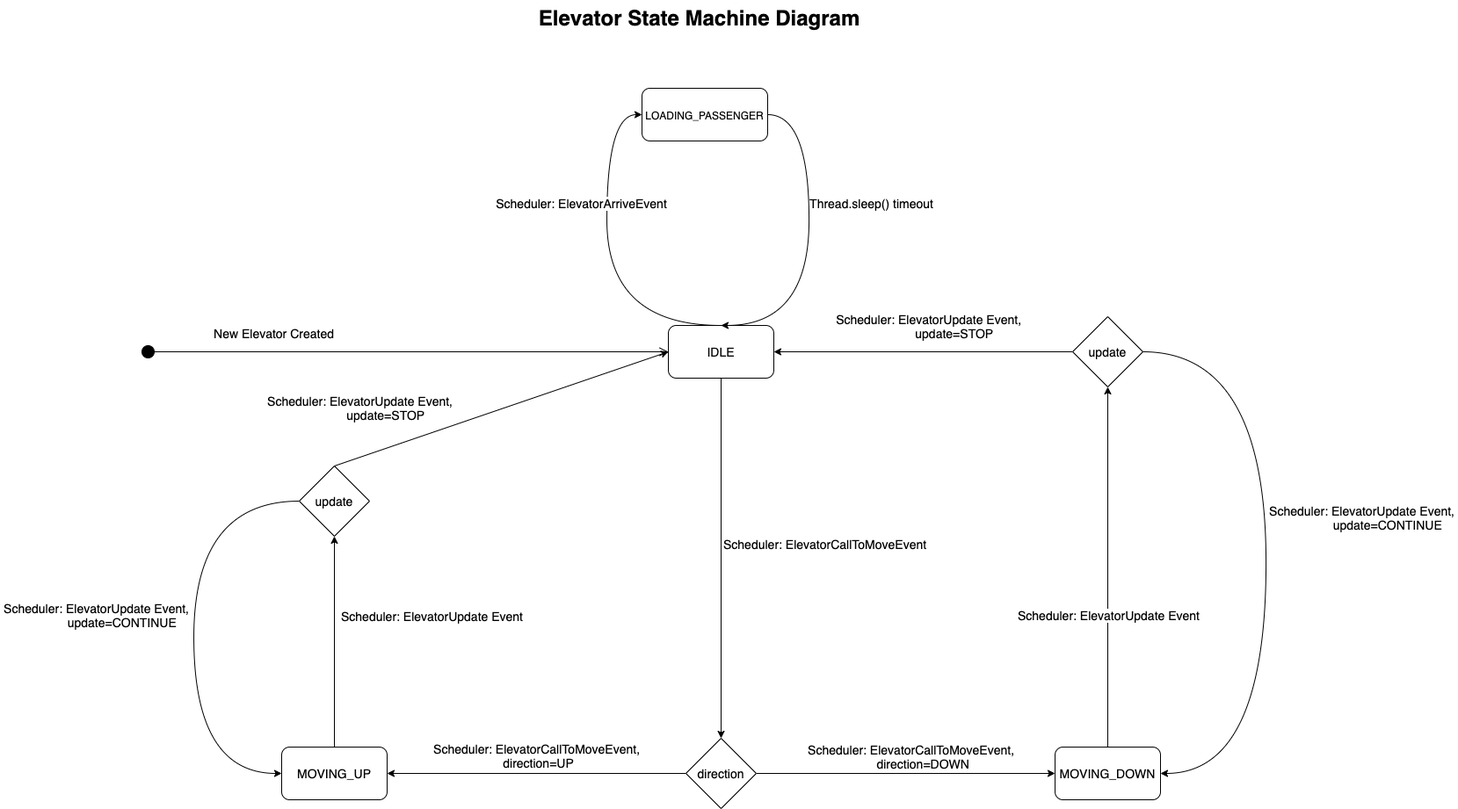
Above: state_machine_diagrams/ElevatorStateMachineDiagram.png in martindmtrv/elevator-project (draw.io), before the change. Source tidied: cells renumbered, new cells last; positions are measured from the earlier drawing's top-left corner, leaving out a move shared by most shapes.
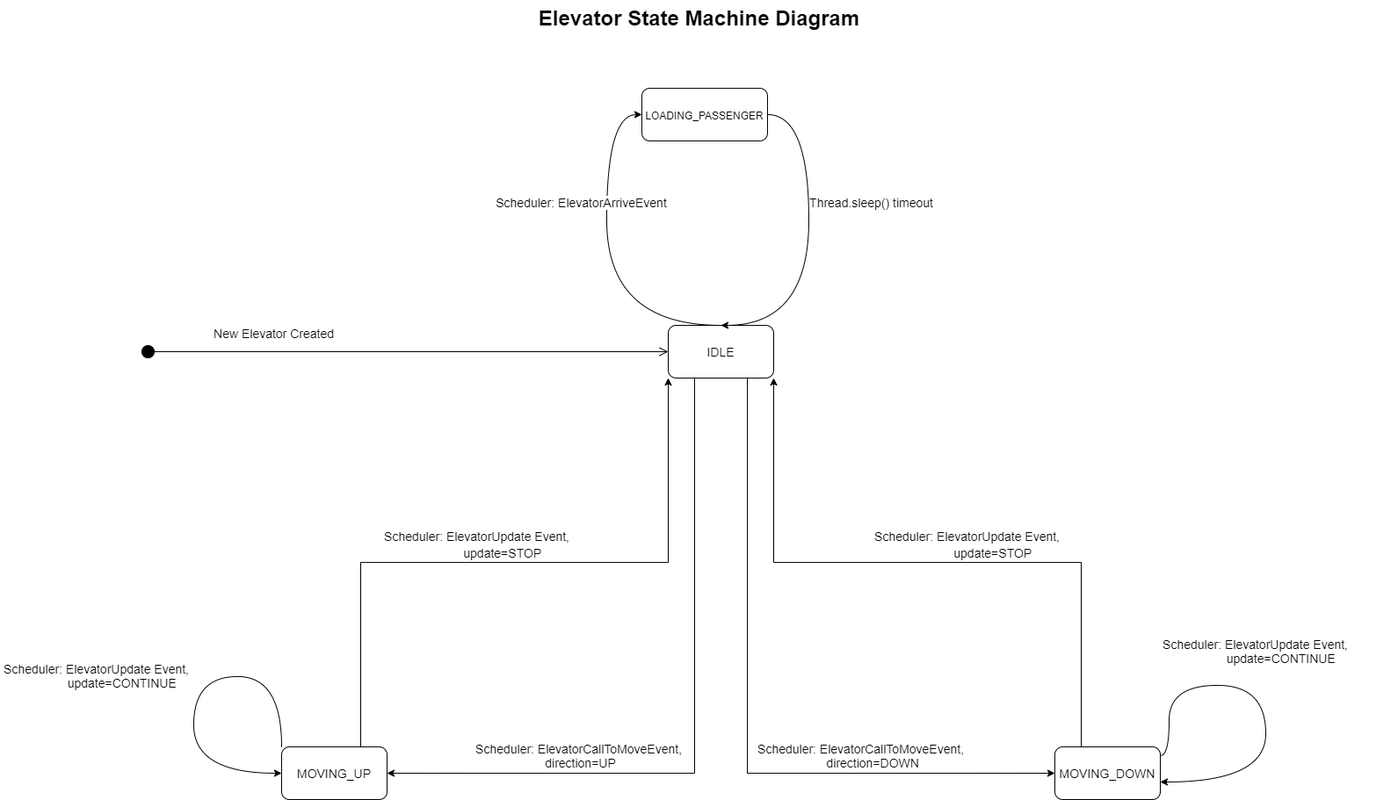
Later version of the same file.

Commit message:
Updated Elevator State Machine

Change to the diagram source:
```diff
@@ -5,9 +5,6 @@
     <mxCell id="2" value="Elevator State Machine Diagram" style="text;strokeColor=none;fillColor=none;html=1;fontSize=24;fontStyle=1;verticalAlign=middle;align=center;" parent="1" vertex="1">
       <mxGeometry width="1590" height="40" as="geometry" />
     </mxCell>
-    <mxCell id="3" value="Scheduler: ElevatorCallToMoveEvent&amp;nbsp;" style="edgeStyle=orthogonalEdgeStyle;rounded=0;jettySize=auto;html=1;exitX=0.5;exitY=1;exitDx=0;exitDy=0;fontSize=14;" parent="1" edge="1" source="6" target="20">
-      <mxGeometry x="-0.07" y="120" relative="1" as="geometry" />
-    </mxCell>
     <mxCell id="4" style="edgeStyle=orthogonalEdgeStyle;curved=1;rounded=0;jettySize=auto;html=1;exitX=0.5;exitY=0;exitDx=0;exitDy=0;entryX=0;entryY=0.5;entryDx=0;entryDy=0;fontSize=14;" parent="1" edge="1" source="6" target="23">
       <mxGeometry relative="1" as="geometry">
         <Array as="points">
@@ -24,36 +21,25 @@
     <mxCell id="6" value="IDLE" style="rounded=1;whiteSpace=wrap;html=1;fontSize=14;" parent="1" vertex="1">
       <mxGeometry x="760" y="370" width="120" height="60" as="geometry" />
     </mxCell>
-    <mxCell id="7" style="rounded=0;jettySize=auto;html=1;exitX=0.5;exitY=0;exitDx=0;exitDy=0;entryX=0.5;entryY=1;entryDx=0;entryDy=0;fontSize=14;" parent="1" edge="1" source="10" target="30">
-      <mxGeometry relative="1" as="geometry" />
-    </mxCell>
-    <mxCell id="8" value="&lt;span style=&quot;color: rgba(0 , 0 , 0 , 0) ; font-family: monospace ; font-size: 0px ; background-color: rgb(248 , 249 , 250)&quot;&gt;%3CmxGraphModel%3E%3Croot%3E%3CmxCell%20id%3D%220%22%2F%3E%3CmxCell%20id%3D%221%22%20parent%3D%220%22%2F%3E%3CmxCell%20id%3D%222%22%20value%3D%22Scheduler%3A%20ElevatorUpdate%20Event%22%20style%3D%22edgeLabel%3Bhtml%3D1%3Balign%3Dcenter%3BverticalAlign%3Dmiddle%3Bresizable%3D0%3Bpoints%3D%5B%5D%3BfontSize%3D14%3B%22%20vertex%3D%221%22%20connectable%3D%220%22%20parent%3D%221%22%3E%3CmxGeometry%20x%3D%221399%22%20y%3D%22685%22%20as%3D%22geometry%22%2F%3E%3C%2FmxCell%3E%3C%2Froot%3E%3C%2FmxGraphModel%3E&lt;/span&gt;&lt;span style=&quot;color: rgba(0 , 0 , 0 , 0) ; font-family: monospace ; font-size: 0px ; background-color: rgb(248 , 249 , 250)&quot;&gt;%3CmxGraphModel%3E%3Croot%3E%3CmxCell%20id%3D%220%22%2F%3E%3CmxCell%20id%3D%221%22%20parent%3D%220%22%2F%3E%3CmxCell%20id%3D%222%22%20value%3D%22Scheduler%3A%20ElevatorUpdate%20Event%22%20style%3D%22edgeLabel%3Bhtml%3D1%3Balign%3Dcenter%3BverticalAlign%3Dmiddle%3Bresizable%3D0%3Bpoints%3D%5B%5D%3BfontSize%3D14%3B%22%20vertex%3D%221%22%20connectable%3D%220%22%20parent%3D%221%22%3E%3CmxGeometry%20x%3D%221399%22%20y%3D%22685%22%20as%3D%22geometry%22%2F%3E%3C%2FmxCell%3E%3C%2Froot%3E%3C%2FmxGraphModel%3E&lt;/span&gt;" style="edgeLabel;html=1;align=center;verticalAlign=middle;fontSize=14;" parent="7" vertex="1">
-      <mxGeometry x="0.35" relative="1" as="geometry" />
-    </mxCell>
-    <mxCell id="9" value="Scheduler: ElevatorUpdate Event" style="edgeLabel;html=1;align=center;verticalAlign=middle;fontSize=14;" parent="7" vertex="1">
-      <mxGeometry relative="1" as="geometry">
-        <mxPoint x="110" y="-30" as="offset" />
-      </mxGeometry>
-    </mxCell>
+    <mxCell id="33" style="edgeStyle=orthogonalEdgeStyle;rounded=0;jettySize=auto;html=1;exitX=0.75;exitY=0;exitDx=0;exitDy=0;entryX=0;entryY=1;entryDx=0;entryDy=0;" parent="1" edge="1" source="10" target="6">
+      <mxGeometry relative="1" as="geometry" />
+    </mxCell>
+    <mxCell id="34" value="&lt;span style=&quot;font-size: 14px ; font-family: &amp;#34;helvetica&amp;#34;&quot;&gt;Scheduler: ElevatorUpdate Event,&amp;nbsp;&lt;/span&gt;&lt;br style=&quot;font-size: 14px ; font-family: &amp;#34;helvetica&amp;#34;&quot;&gt;&lt;span style=&quot;font-size: 14px ; font-family: &amp;#34;helvetica&amp;#34;&quot;&gt;&amp;nbsp; &amp;nbsp; &amp;nbsp; &amp;nbsp; &amp;nbsp; &amp;nbsp; &amp;nbsp; update=STOP&lt;/span&gt;" style="edgeLabel;html=1;align=center;verticalAlign=middle;" parent="33" vertex="1">
+      <mxGeometry x="-0.11" y="2" relative="1" as="geometry">
+        <mxPoint y="-18" as="offset" />
+      </mxGeometry>
+    </mxCell>
     <mxCell id="10" value="MOVING_UP" style="rounded=1;whiteSpace=wrap;html=1;fontSize=14;" parent="1" vertex="1">
       <mxGeometry x="320" y="850" width="120" height="60" as="geometry" />
     </mxCell>
-    <mxCell id="11" style="edgeStyle=orthogonalEdgeStyle;curved=1;rounded=0;jettySize=auto;html=1;exitX=0;exitY=0.5;exitDx=0;exitDy=0;entryX=1;entryY=0.5;entryDx=0;entryDy=0;fontSize=14;" parent="1" edge="1" source="26" target="6">
-      <mxGeometry relative="1" as="geometry" />
-    </mxCell>
-    <mxCell id="12" value="&lt;span style=&quot;color: rgb(0 , 0 , 0) ; font-family: &amp;#34;helvetica&amp;#34; ; font-size: 14px ; font-style: normal ; font-weight: 400 ; letter-spacing: normal ; text-align: center ; text-indent: 0px ; text-transform: none ; word-spacing: 0px ; background-color: rgb(255 , 255 , 255) ; display: inline ; float: none&quot;&gt;Scheduler: ElevatorUpdate Event,&lt;span&gt;&amp;nbsp;&lt;/span&gt;&lt;/span&gt;&lt;br style=&quot;color: rgb(0 , 0 , 0) ; font-family: &amp;#34;helvetica&amp;#34; ; font-size: 14px ; font-style: normal ; font-weight: 400 ; letter-spacing: normal ; text-align: center ; text-indent: 0px ; text-transform: none ; word-spacing: 0px&quot;&gt;&lt;span style=&quot;color: rgb(0 , 0 , 0) ; font-family: &amp;#34;helvetica&amp;#34; ; font-size: 14px ; font-style: normal ; font-weight: 400 ; letter-spacing: normal ; text-align: center ; text-indent: 0px ; text-transform: none ; word-spacing: 0px ; background-color: rgb(255 , 255 , 255) ; display: inline ; float: none&quot;&gt;&amp;nbsp; &amp;nbsp; &amp;nbsp; &amp;nbsp; &amp;nbsp; &amp;nbsp; &amp;nbsp; update=STOP&lt;/span&gt;" style="edgeLabel;html=1;align=center;verticalAlign=middle;fontSize=14;" parent="11" vertex="1">
-      <mxGeometry x="0.23" y="16" relative="1" as="geometry">
-        <mxPoint x="47" y="-46" as="offset" />
-      </mxGeometry>
-    </mxCell>
-    <mxCell id="13" style="rounded=0;jettySize=auto;html=1;exitX=0.5;exitY=0;exitDx=0;exitDy=0;entryX=0.5;entryY=1;entryDx=0;entryDy=0;fontSize=14;" parent="1" edge="1" source="15" target="26">
-      <mxGeometry relative="1" as="geometry" />
-    </mxCell>
-    <mxCell id="14" value="Scheduler: ElevatorUpdate Event" style="edgeLabel;html=1;align=center;verticalAlign=middle;fontSize=14;" parent="13" vertex="1">
-      <mxGeometry y="1" relative="1" as="geometry">
-        <mxPoint x="1" y="55" as="offset" />
-      </mxGeometry>
-    </mxCell>
+    <mxCell id="35" style="edgeStyle=orthogonalEdgeStyle;rounded=0;jettySize=auto;html=1;exitX=0.25;exitY=0;exitDx=0;exitDy=0;entryX=1;entryY=1;entryDx=0;entryDy=0;" parent="1" edge="1" source="15" target="6">
+      <mxGeometry relative="1" as="geometry" />
+    </mxCell>
+    <mxCell id="36" value="&lt;span style=&quot;font-size: 14px ; font-family: &amp;#34;helvetica&amp;#34;&quot;&gt;Scheduler: ElevatorUpdate Event,&amp;nbsp;&lt;/span&gt;&lt;br style=&quot;font-size: 14px ; font-family: &amp;#34;helvetica&amp;#34;&quot;&gt;&lt;span style=&quot;font-size: 14px ; font-family: &amp;#34;helvetica&amp;#34;&quot;&gt;&amp;nbsp; &amp;nbsp; &amp;nbsp; &amp;nbsp; &amp;nbsp; &amp;nbsp; &amp;nbsp; update=STOP&lt;/span&gt;" style="edgeLabel;html=1;align=center;verticalAlign=middle;" parent="35" vertex="1">
+      <mxGeometry x="-0.12" relative="1" as="geometry">
+        <mxPoint y="-20" as="offset" />
+      </mxGeometry>
+    </mxCell>
     <mxCell id="15" value="MOVING_DOWN" style="rounded=1;whiteSpace=wrap;html=1;fontSize=14;" parent="1" vertex="1">
       <mxGeometry x="1200" y="850" width="120" height="60" as="geometry" />
     </mxCell>
@@ -62,20 +48,17 @@
         <mxPoint x="160" y="400" as="sourcePoint" />
       </mxGeometry>
     </mxCell>
-    <mxCell id="17" value="&lt;span style=&quot;color: rgb(0 , 0 , 0) ; font-family: &amp;#34;helvetica&amp;#34; ; font-size: 14px ; font-style: normal ; font-weight: 400 ; letter-spacing: normal ; text-align: center ; text-indent: 0px ; text-transform: none ; word-spacing: 0px ; background-color: rgb(255 , 255 , 255) ; display: inline ; float: none&quot;&gt;Scheduler: ElevatorCallToMoveEvent, &lt;br&gt;direction=UP&lt;/span&gt;" style="edgeStyle=orthogonalEdgeStyle;rounded=0;jettySize=auto;html=1;exitX=0;exitY=0.5;exitDx=0;exitDy=0;entryX=1;entryY=0.5;entryDx=0;entryDy=0;fontSize=14;" parent="1" edge="1" source="20" target="10">
-      <mxGeometry x="-0.01" y="-20" relative="1" as="geometry" />
+    <mxCell id="17" value="&lt;span style=&quot;color: rgb(0 , 0 , 0) ; font-family: &amp;#34;helvetica&amp;#34; ; font-size: 14px ; font-style: normal ; font-weight: 400 ; letter-spacing: normal ; text-align: center ; text-indent: 0px ; text-transform: none ; word-spacing: 0px ; background-color: rgb(255 , 255 , 255) ; display: inline ; float: none&quot;&gt;Scheduler: ElevatorCallToMoveEvent, &lt;br&gt;direction=UP&lt;/span&gt;" style="edgeStyle=orthogonalEdgeStyle;rounded=0;jettySize=auto;html=1;exitX=0.25;exitY=1;exitDx=0;exitDy=0;entryX=1;entryY=0.5;entryDx=0;entryDy=0;fontSize=14;" parent="1" edge="1" source="6" target="10">
+      <mxGeometry x="0.45" y="-20" relative="1" as="geometry" />
     </mxCell>
-    <mxCell id="18" style="edgeStyle=orthogonalEdgeStyle;rounded=0;jettySize=auto;html=1;exitX=1;exitY=0.5;exitDx=0;exitDy=0;entryX=0;entryY=0.5;entryDx=0;entryDy=0;fontSize=14;" parent="1" edge="1" source="20" target="15">
+    <mxCell id="18" style="edgeStyle=orthogonalEdgeStyle;rounded=0;jettySize=auto;html=1;exitX=0.75;exitY=1;exitDx=0;exitDy=0;entryX=0;entryY=0.5;entryDx=0;entryDy=0;fontSize=14;" parent="1" edge="1" source="6" target="15">
       <mxGeometry relative="1" as="geometry" />
     </mxCell>
     <mxCell id="19" value="Scheduler: ElevatorCallToMoveEvent, &lt;br&gt;&amp;nbsp; &amp;nbsp; &amp;nbsp; direction=DOWN" style="edgeLabel;html=1;align=center;verticalAlign=middle;fontSize=14;" parent="18" vertex="1">
       <mxGeometry x="-0.25" y="2" relative="1" as="geometry">
-        <mxPoint x="51" y="-18" as="offset" />
+        <mxPoint x="128" y="131" as="offset" />
       </mxGeometry>
     </mxCell>
-    <mxCell id="20" value="direction" style="rhombus;whiteSpace=wrap;html=1;fontSize=14;" parent="1" vertex="1">
-      <mxGeometry x="780" y="840" width="80" height="80" as="geometry" />
-    </mxCell>
     <mxCell id="21" style="edgeStyle=orthogonalEdgeStyle;rounded=0;jettySize=auto;html=1;exitX=1;exitY=0.5;exitDx=0;exitDy=0;entryX=0.5;entryY=0;entryDx=0;entryDy=0;fontSize=14;curved=1;" parent="1" edge="1" source="23" target="6">
       <mxGeometry relative="1" as="geometry">
         <Array as="points">
@@ -92,26 +75,28 @@
     <mxCell id="23" value="&lt;font style=&quot;font-size: 12px&quot;&gt;LOADING_PASSENGER&lt;/font&gt;" style="rounded=1;whiteSpace=wrap;html=1;fontSize=14;" parent="1" vertex="1">
       <mxGeometry x="730" y="100" width="143" height="60" as="geometry" />
     </mxCell>
-    <mxCell id="24" style="edgeStyle=orthogonalEdgeStyle;curved=1;rounded=0;jettySize=auto;html=1;exitX=1;exitY=0.5;exitDx=0;exitDy=0;entryX=1;entryY=0.5;entryDx=0;entryDy=0;fontSize=14;" parent="1" edge="1" source="26" target="15">
+    <mxCell id="24" style="edgeStyle=orthogonalEdgeStyle;curved=1;rounded=0;orthogonalLoop=1;jettySize=auto;html=1;exitX=1;exitY=0;exitDx=0;exitDy=0;entryX=1;entryY=0.5;entryDx=0;entryDy=0;fontSize=14;" parent="1" edge="1">
       <mxGeometry relative="1" as="geometry">
+        <mxPoint x="1320" y="860" as="sourcePoint" />
+        <mxPoint x="1320" y="890" as="targetPoint" />
         <Array as="points">
-          <mxPoint x="1440" y="400" />
-          <mxPoint x="1440" y="880" />
+          <mxPoint x="1330" y="860" />
+          <mxPoint x="1330" y="780" />
+          <mxPoint x="1440" y="780" />
+          <mxPoint x="1440" y="890" />
         </Array>
       </mxGeometry>
     </mxCell>
     <mxCell id="25" value="Scheduler: ElevatorUpdate Event, &lt;br&gt;&amp;nbsp; &amp;nbsp; &amp;nbsp; &amp;nbsp; &amp;nbsp; &amp;nbsp; &amp;nbsp; update=CONTINUE" style="edgeLabel;html=1;align=center;verticalAlign=middle;fontSize=14;" parent="24" vertex="1">
       <mxGeometry x="-0.1" y="-1" relative="1" as="geometry">
-        <mxPoint x="111" y="-6" as="offset" />
+        <mxPoint x="-5" y="-41" as="offset" />
       </mxGeometry>
     </mxCell>
-    <mxCell id="26" value="update" style="rhombus;whiteSpace=wrap;html=1;fontSize=14;" parent="1" vertex="1">
-      <mxGeometry x="1220" y="360" width="80" height="80" as="geometry" />
-    </mxCell>
-    <mxCell id="27" style="edgeStyle=orthogonalEdgeStyle;rounded=0;jettySize=auto;html=1;exitX=0;exitY=0.5;exitDx=0;exitDy=0;entryX=0;entryY=0.5;entryDx=0;entryDy=0;fontSize=14;curved=1;" parent="1" edge="1" source="30" target="10">
+    <mxCell id="27" style="edgeStyle=orthogonalEdgeStyle;rounded=0;orthogonalLoop=1;jettySize=auto;html=1;exitX=0;exitY=0;exitDx=0;exitDy=0;entryX=0;entryY=0.5;entryDx=0;entryDy=0;fontSize=14;curved=1;" parent="1" edge="1" source="10" target="10">
       <mxGeometry relative="1" as="geometry">
         <Array as="points">
-          <mxPoint x="220" y="570" />
+          <mxPoint x="320" y="770" />
+          <mxPoint x="220" y="770" />
           <mxPoint x="220" y="880" />
         </Array>
       </mxGeometry>
@@ -124,16 +109,5 @@
         <mxPoint x="-106" y="-20" as="offset" />
       </mxGeometry>
     </mxCell>
-    <mxCell id="30" value="update" style="rhombus;whiteSpace=wrap;html=1;fontSize=14;" parent="1" vertex="1">
-      <mxGeometry x="340" y="530" width="80" height="80" as="geometry" />
-    </mxCell>
-    <mxCell id="31" style="rounded=0;jettySize=auto;html=1;exitX=0.5;exitY=0;exitDx=0;exitDy=0;entryX=0;entryY=0.5;entryDx=0;entryDy=0;fontSize=14;" parent="1" edge="1" source="30" target="6">
-      <mxGeometry relative="1" as="geometry" />
-    </mxCell>
-    <mxCell id="32" value="&lt;span style=&quot;font-family: &amp;#34;helvetica&amp;#34;&quot;&gt;Scheduler: ElevatorUpdate Event,&amp;nbsp;&lt;/span&gt;&lt;br style=&quot;font-family: &amp;#34;helvetica&amp;#34;&quot;&gt;&lt;span style=&quot;font-family: &amp;#34;helvetica&amp;#34;&quot;&gt;&amp;nbsp; &amp;nbsp; &amp;nbsp; &amp;nbsp; &amp;nbsp; &amp;nbsp; &amp;nbsp; update=STOP&lt;/span&gt;" style="edgeLabel;html=1;align=center;verticalAlign=middle;fontSize=14;" parent="31" vertex="1">
-      <mxGeometry x="-0.18" y="2" relative="1" as="geometry">
-        <mxPoint x="-124.5" y="-11.7" as="offset" />
-      </mxGeometry>
-    </mxCell>
   </root>
 </mxGraphModel>
```
